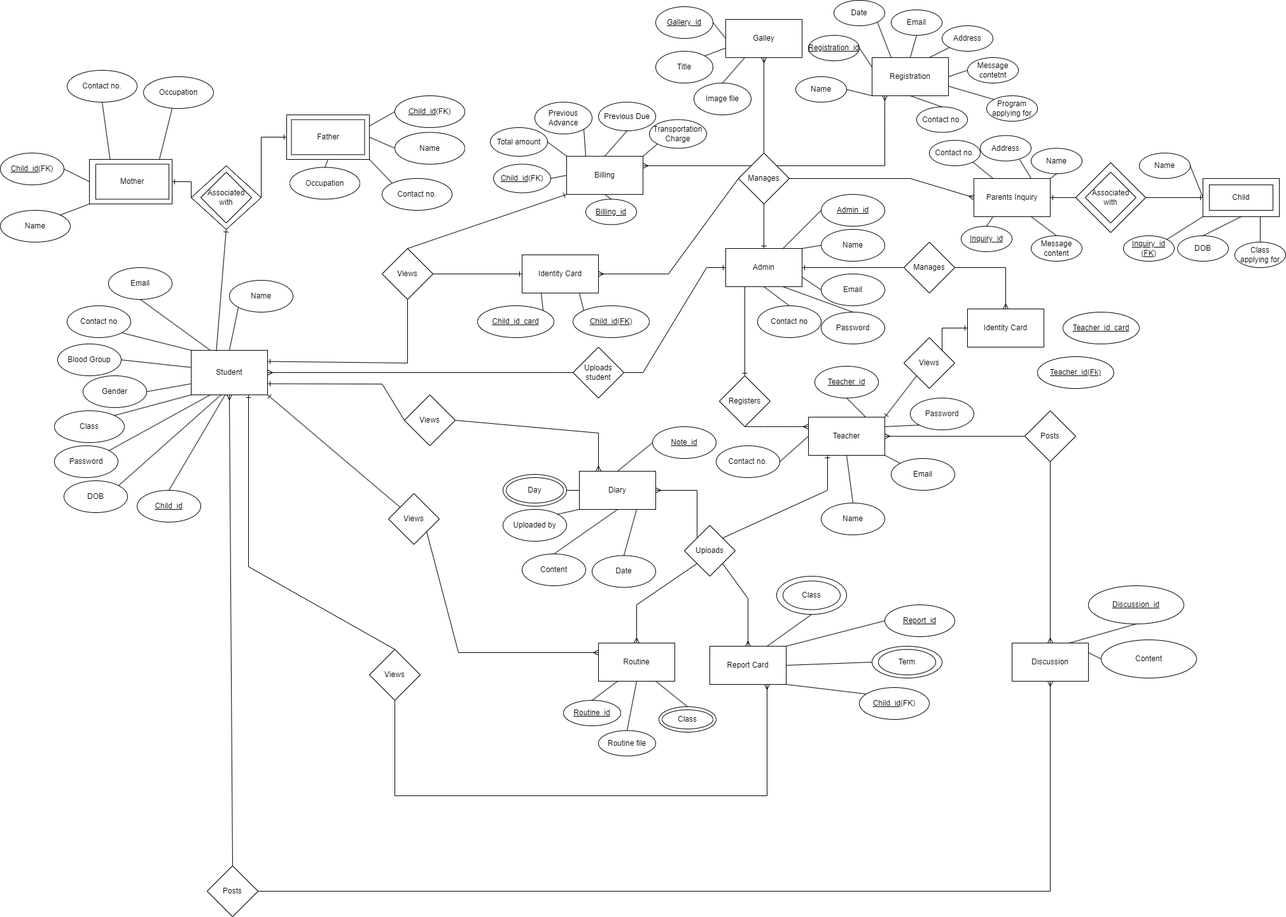
Above: CHMD.drawio.png in dikshyarai10/CHMD- (draw.io), before the change. Source tidied: cells renumbered, new cells last; positions are measured from the earlier drawing's top-left corner, leaving out a move shared by most shapes.
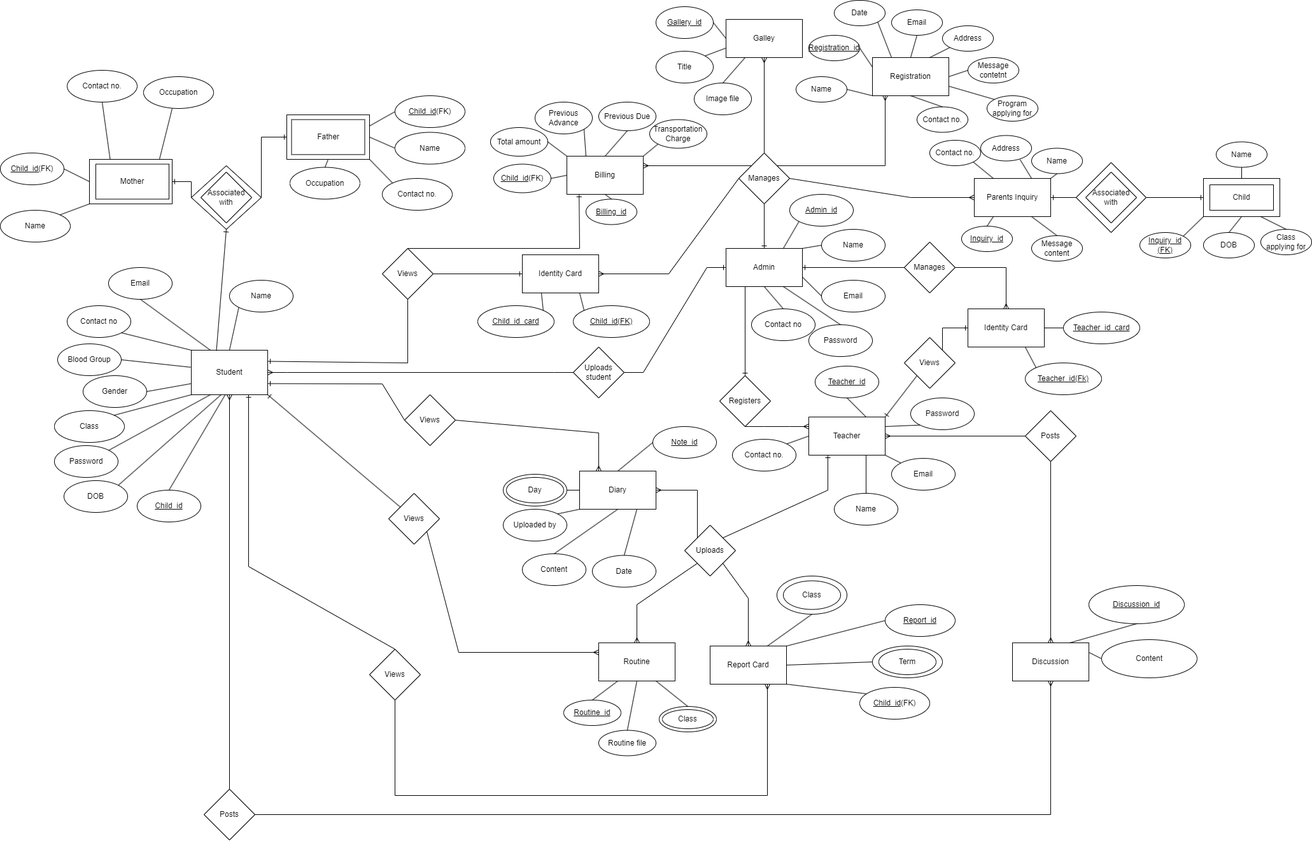
Above is the later version.

Change to the diagram source:
```diff
@@ -75,16 +75,16 @@
       <mxGeometry x="1890" y="280" width="120" height="60" as="geometry" />
     </mxCell>
     <mxCell id="26" value="Inquiry_id (FK)" style="ellipse;whiteSpace=wrap;html=1;fontStyle=4;" parent="1" vertex="1">
-      <mxGeometry x="1765" y="370" width="80" height="40" as="geometry" />
+      <mxGeometry x="1790" y="365" width="80" height="40" as="geometry" />
     </mxCell>
     <mxCell id="27" value="DOB" style="ellipse;whiteSpace=wrap;html=1;" parent="1" vertex="1">
-      <mxGeometry x="1850" y="370" width="80" height="40" as="geometry" />
+      <mxGeometry x="1890" y="365" width="80" height="40" as="geometry" />
     </mxCell>
     <mxCell id="28" value="Class applying for" style="ellipse;whiteSpace=wrap;html=1;" parent="1" vertex="1">
-      <mxGeometry x="1940" y="380" width="80" height="40" as="geometry" />
+      <mxGeometry x="1980" y="360" width="80" height="40" as="geometry" />
     </mxCell>
     <mxCell id="29" value="Name" style="ellipse;whiteSpace=wrap;html=1;" parent="1" vertex="1">
-      <mxGeometry x="1790" y="240" width="80" height="40" as="geometry" />
+      <mxGeometry x="1910" y="222.5" width="80" height="40" as="geometry" />
     </mxCell>
     <mxCell id="30" style="endArrow=none;html=1;rounded=0;exitX=0.75;exitY=1;exitDx=0;exitDy=0;entryX=0.5;entryY=0;entryDx=0;entryDy=0;" parent="1" edge="1" source="19" target="24">
       <mxGeometry relative="1" as="geometry" />
@@ -110,7 +110,7 @@
     <mxCell id="37" style="endArrow=none;html=1;rounded=0;exitX=0;exitY=1;exitDx=0;exitDy=0;entryX=1;entryY=0;entryDx=0;entryDy=0;" parent="1" edge="1" source="25" target="26">
       <mxGeometry relative="1" as="geometry" />
     </mxCell>
-    <mxCell id="38" style="endArrow=none;html=1;rounded=0;exitX=0;exitY=0.5;exitDx=0;exitDy=0;entryX=1;entryY=0.5;entryDx=0;entryDy=0;" parent="1" edge="1" source="25" target="29">
+    <mxCell id="38" style="endArrow=none;html=1;rounded=0;exitX=0.5;exitY=0;exitDx=0;exitDy=0;entryX=0.5;entryY=1;entryDx=0;entryDy=0;" parent="1" edge="1" source="25" target="29">
       <mxGeometry relative="1" as="geometry" />
     </mxCell>
     <mxCell id="39" value="Galley" style="rounded=0;whiteSpace=wrap;html=1;" parent="1" vertex="1">
@@ -141,21 +141,21 @@
       <mxGeometry x="1290" y="360" width="100" height="50" as="geometry" />
     </mxCell>
     <mxCell id="48" value="Email" style="ellipse;whiteSpace=wrap;html=1;" parent="1" vertex="1">
-      <mxGeometry x="1290" y="430" width="100" height="50" as="geometry" />
+      <mxGeometry x="1290" y="440" width="100" height="50" as="geometry" />
     </mxCell>
     <mxCell id="49" value="Password" style="ellipse;whiteSpace=wrap;html=1;" parent="1" vertex="1">
-      <mxGeometry x="1290" y="490" width="100" height="50" as="geometry" />
+      <mxGeometry x="1270" y="510" width="100" height="50" as="geometry" />
     </mxCell>
     <mxCell id="50" value="Contact no" style="ellipse;whiteSpace=wrap;html=1;" parent="1" vertex="1">
-      <mxGeometry x="1190" y="480" width="100" height="50" as="geometry" />
+      <mxGeometry x="1180" y="485" width="100" height="50" as="geometry" />
     </mxCell>
     <mxCell id="51" value="&lt;u&gt;Admin_id&lt;/u&gt;" style="ellipse;whiteSpace=wrap;html=1;" parent="1" vertex="1">
-      <mxGeometry x="1290" y="305" width="100" height="50" as="geometry" />
+      <mxGeometry x="1240" y="305" width="100" height="50" as="geometry" />
     </mxCell>
     <mxCell id="52" value="Manages" style="rhombus;whiteSpace=wrap;html=1;" parent="1" vertex="1">
       <mxGeometry x="1160" y="240" width="80" height="80" as="geometry" />
     </mxCell>
-    <mxCell id="53" style="endArrow=none;html=1;rounded=0;entryX=0;entryY=0.5;entryDx=0;entryDy=0;exitX=0.75;exitY=0;exitDx=0;exitDy=0;" parent="1" edge="1" source="46" target="51">
+    <mxCell id="53" style="endArrow=none;html=1;rounded=0;entryX=0;entryY=1;entryDx=0;entryDy=0;exitX=0.75;exitY=0;exitDx=0;exitDy=0;" parent="1" edge="1" source="46" target="51">
       <mxGeometry relative="1" as="geometry" />
     </mxCell>
     <mxCell id="54" style="endArrow=none;html=1;rounded=0;entryX=0;entryY=0.5;entryDx=0;entryDy=0;exitX=1;exitY=0;exitDx=0;exitDy=0;" parent="1" edge="1" source="46" target="47">
@@ -308,7 +308,7 @@
       <mxGeometry x="1270" y="655" width="120" height="60" as="geometry" />
     </mxCell>
     <mxCell id="100" value="Contact no." style="ellipse;whiteSpace=wrap;html=1;" parent="1" vertex="1">
-      <mxGeometry x="1125" y="700" width="100" height="50" as="geometry" />
+      <mxGeometry x="1150" y="690" width="100" height="50" as="geometry" />
     </mxCell>
     <mxCell id="101" style="rhombus;whiteSpace=wrap;html=1;" parent="1" vertex="1">
       <mxGeometry x="300" y="260" width="110" height="100" as="geometry" />
@@ -328,7 +328,7 @@
       <mxGeometry x="1705" y="270" width="80" height="80" as="geometry" />
     </mxCell>
     <mxCell id="106" value="Name" style="ellipse;whiteSpace=wrap;html=1;" parent="1" vertex="1">
-      <mxGeometry x="1290" y="790" width="100" height="50" as="geometry" />
+      <mxGeometry x="1310" y="775" width="100" height="50" as="geometry" />
     </mxCell>
     <mxCell id="107" value="Email" style="ellipse;whiteSpace=wrap;html=1;" parent="1" vertex="1">
       <mxGeometry x="1400" y="720" width="100" height="50" as="geometry" />
@@ -339,10 +339,10 @@
     <mxCell id="109" value="&lt;u&gt;Teacher_id&lt;/u&gt;" style="ellipse;whiteSpace=wrap;html=1;" parent="1" vertex="1">
       <mxGeometry x="1280" y="575" width="100" height="50" as="geometry" />
     </mxCell>
-    <mxCell id="110" style="endArrow=none;html=1;rounded=0;entryX=0;entryY=0.5;entryDx=0;entryDy=0;exitX=1;exitY=0.5;exitDx=0;exitDy=0;" parent="1" edge="1" source="100" target="99">
+    <mxCell id="110" style="endArrow=none;html=1;rounded=0;entryX=0;entryY=0.5;entryDx=0;entryDy=0;exitX=1;exitY=0;exitDx=0;exitDy=0;" parent="1" edge="1" source="100" target="99">
       <mxGeometry relative="1" as="geometry" />
     </mxCell>
-    <mxCell id="111" style="endArrow=none;html=1;rounded=0;entryX=0.5;entryY=1;entryDx=0;entryDy=0;exitX=0.5;exitY=0;exitDx=0;exitDy=0;" parent="1" edge="1" source="106" target="99">
+    <mxCell id="111" style="endArrow=none;html=1;rounded=0;entryX=0.75;entryY=1;entryDx=0;entryDy=0;exitX=0.5;exitY=0;exitDx=0;exitDy=0;" parent="1" edge="1" source="106" target="99">
       <mxGeometry relative="1" as="geometry" />
     </mxCell>
     <mxCell id="112" style="endArrow=none;html=1;rounded=0;entryX=1;entryY=1;entryDx=0;entryDy=0;exitX=0;exitY=0;exitDx=0;exitDy=0;" parent="1" edge="1" source="107" target="99">
@@ -547,7 +547,7 @@
       <mxGeometry x="1610" y="645" width="80" height="80" as="geometry" />
     </mxCell>
     <mxCell id="168" value="Posts" style="rhombus;whiteSpace=wrap;html=1;" parent="1" vertex="1">
-      <mxGeometry x="325" y="1360" width="80" height="80" as="geometry" />
+      <mxGeometry x="320" y="1240" width="80" height="80" as="geometry" />
     </mxCell>
     <mxCell id="169" style="endArrow=none;html=1;rounded=0;exitX=0.5;exitY=1;exitDx=0;exitDy=0;startArrow=ERmany;startFill=0;entryX=0.5;entryY=0;entryDx=0;entryDy=0;" parent="1" edge="1" source="60" target="168">
       <mxGeometry relative="1" as="geometry" />
@@ -561,7 +561,7 @@
     <mxCell id="172" style="endArrow=none;html=1;rounded=0;startArrow=ERmany;startFill=0;exitX=0.5;exitY=1;exitDx=0;exitDy=0;" parent="1" edge="1" source="162" target="168">
       <mxGeometry relative="1" as="geometry">
         <Array as="points">
-          <mxPoint x="1650" y="1400" />
+          <mxPoint x="1650" y="1280" />
         </Array>
       </mxGeometry>
     </mxCell>
@@ -642,8 +642,12 @@
     <mxCell id="195" style="endArrow=ERmany;html=1;rounded=0;exitX=0;exitY=0;exitDx=0;exitDy=0;entryX=1;entryY=0.25;entryDx=0;entryDy=0;endFill=0;" parent="1" edge="1" source="52" target="182">
       <mxGeometry relative="1" as="geometry" />
     </mxCell>
-    <mxCell id="196" style="endArrow=ERone;html=1;rounded=0;entryX=0;entryY=1;entryDx=0;entryDy=0;exitX=0.5;exitY=0;exitDx=0;exitDy=0;endFill=0;" parent="1" edge="1" source="178" target="182">
-      <mxGeometry relative="1" as="geometry" />
+    <mxCell id="196" style="endArrow=ERone;html=1;rounded=0;exitX=0.5;exitY=0;exitDx=0;exitDy=0;endFill=0;entryX=0.16;entryY=0.998;entryDx=0;entryDy=0;entryPerimeter=0;" parent="1" edge="1" source="178" target="182">
+      <mxGeometry relative="1" as="geometry">
+        <Array as="points">
+          <mxPoint x="910" y="390" />
+        </Array>
+      </mxGeometry>
     </mxCell>
     <mxCell id="197" style="edgeStyle=entityRelationEdgeStyle;fontSize=12;html=1;endArrow=ERone;endFill=1;rounded=0;entryX=0;entryY=0.5;entryDx=0;entryDy=0;exitX=1;exitY=0.5;exitDx=0;exitDy=0;" parent="1" edge="1" source="98" target="46">
       <mxGeometry relative="1" as="geometry" />
@@ -683,7 +687,7 @@
     <mxCell id="206" style="endArrow=ERmany;html=1;rounded=0;exitX=1;exitY=0.5;exitDx=0;exitDy=0;entryX=0;entryY=0.5;entryDx=0;entryDy=0;endFill=0;" parent="1" edge="1" source="52" target="19">
       <mxGeometry relative="1" as="geometry">
         <Array as="points">
-          <mxPoint x="1430" y="280" />
+          <mxPoint x="1430" y="310" />
         </Array>
       </mxGeometry>
     </mxCell>
@@ -701,7 +705,7 @@
       <mxGeometry x="1670" y="490" width="120" height="50" as="geometry" />
     </mxCell>
     <mxCell id="210" value="&lt;u&gt;Teacher_id(Fk)&lt;/u&gt;" style="ellipse;whiteSpace=wrap;html=1;" parent="1" vertex="1">
-      <mxGeometry x="1630" y="560" width="120" height="50" as="geometry" />
+      <mxGeometry x="1610" y="570" width="120" height="50" as="geometry" />
     </mxCell>
     <mxCell id="211" value="Manages" style="rhombus;whiteSpace=wrap;html=1;" parent="1" vertex="1">
       <mxGeometry x="1420" y="380" width="80" height="80" as="geometry" />
@@ -729,5 +733,11 @@
         </Array>
       </mxGeometry>
     </mxCell>
+    <mxCell id="217" style="endArrow=none;html=1;rounded=0;entryX=0;entryY=0.5;entryDx=0;entryDy=0;exitX=1;exitY=0.5;exitDx=0;exitDy=0;" parent="1" edge="1" source="208" target="209">
+      <mxGeometry relative="1" as="geometry" />
+    </mxCell>
+    <mxCell id="218" style="endArrow=none;html=1;rounded=0;entryX=0;entryY=0;entryDx=0;entryDy=0;exitX=0.75;exitY=1;exitDx=0;exitDy=0;" parent="1" edge="1" source="208" target="210">
+      <mxGeometry relative="1" as="geometry" />
+    </mxCell>
   </root>
 </mxGraphModel>
```
